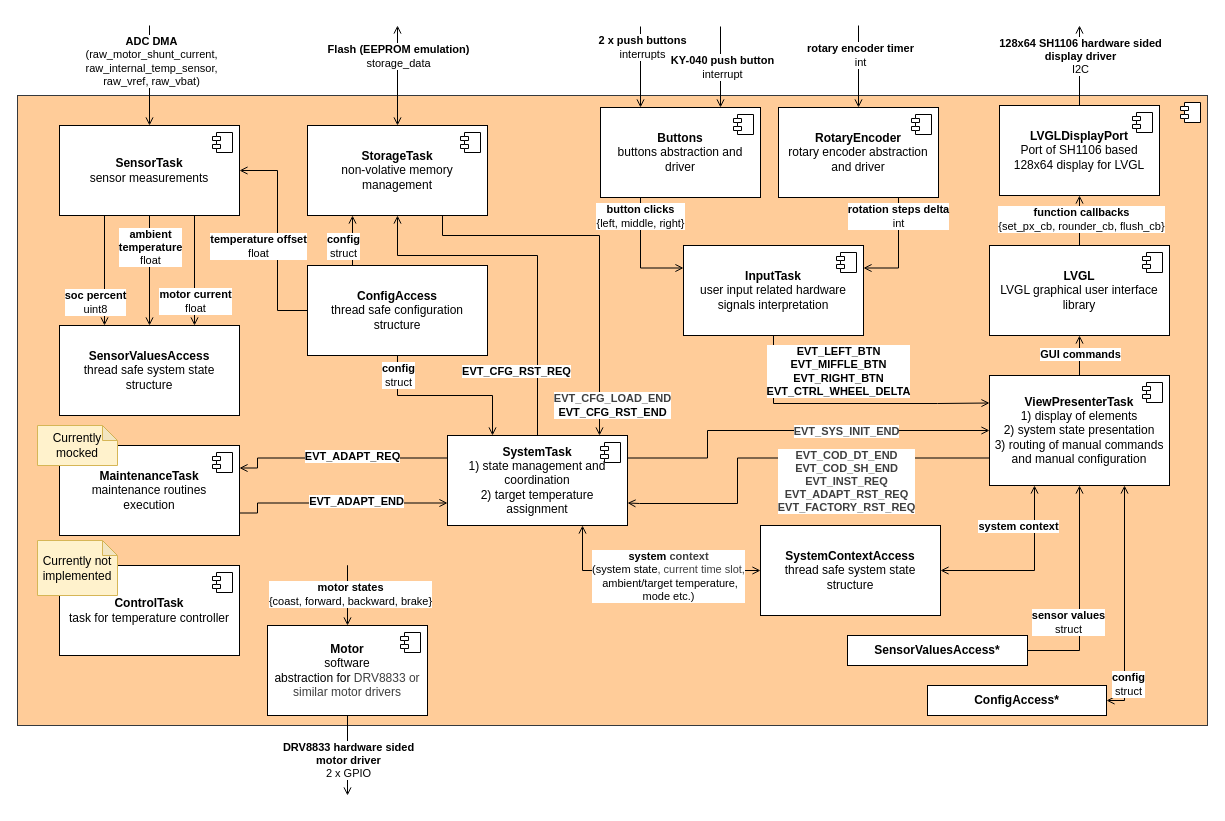
The draw.io diagram software/diagrams/mt-rt-sw-architecture.drawio in MiraTherm/miratherm-radiator-thermostat-documentation, before the edit. Source tidied: cells renumbered, new cells numbered last; positions are measured from the earlier drawing's top-left corner, leaving out a move shared by most shapes. Both pictures are drawn from the tidied source at 100%, with x=0, y=0 at pixel (17, 25).
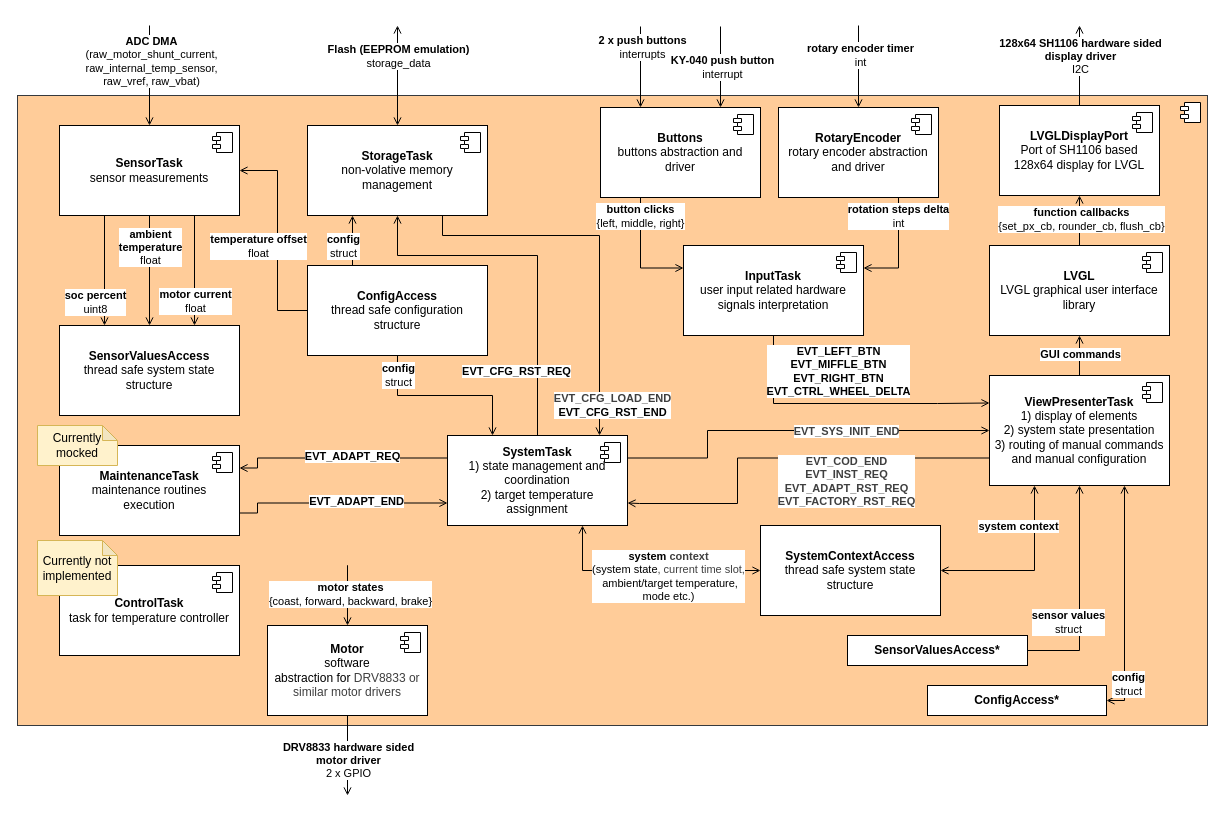
The same diagram, later.

Unchanged cells that the change refers to:
```xml
<mxCell id="81" style="endArrow=open;html=1;rounded=0;endFill=0;edgeStyle=orthogonalEdgeStyle;exitX=0;exitY=0.75;exitDx=0;exitDy=0;entryX=1;entryY=0.75;entryDx=0;entryDy=0;startArrow=none;startFill=0;fontColor=default;" parent="1" edge="1" source="6" target="4">
  <mxGeometry relative="1" as="geometry">
    <Array as="points">
      <mxPoint x="720" y="432" />
      <mxPoint x="720" y="478" />
      <mxPoint x="622" y="478" />
    </Array>
  </mxGeometry>
</mxCell>
```

The edit, as a diff of the source:
```diff
@@
-    <mxCell id="82" value="&lt;span style=&quot;color: rgb(63, 63, 63); scrollbar-color: rgb(226, 226, 226) rgb(251, 251, 251);&quot;&gt;&lt;b style=&quot;color: rgb(63, 63, 63); scrollbar-color: rgb(226, 226, 226) rgb(251, 251, 251);&quot;&gt;EVT_COD_DT_END&lt;br style=&quot;color: rgb(63, 63, 63); scrollbar-color: rgb(226, 226, 226) rgb(251, 251, 251);&quot;&gt;EVT_COD_SH_END&lt;br style=&quot;color: rgb(63, 63, 63); scrollbar-color: rgb(226, 226, 226) rgb(251, 251, 251);&quot;&gt;EVT_INST_REQ&lt;/b&gt;&lt;b style=&quot;color: rgb(63, 63, 63); scrollbar-color: rgb(226, 226, 226) rgb(251, 251, 251);&quot;&gt;&lt;br style=&quot;color: rgb(63, 63, 63); scrollbar-color: rgb(226, 226, 226) rgb(251, 251, 251);&quot;&gt;EVT_ADAPT_RST_REQ&lt;/b&gt;&lt;b style=&quot;color: rgb(63, 63, 63); scrollbar-color: rgb(226, 226, 226) rgb(251, 251, 251);&quot;&gt;&lt;br style=&quot;color: rgb(63, 63, 63); scrollbar-color: rgb(226, 226, 226) rgb(251, 251, 251);&quot;&gt;&lt;/b&gt;&lt;/span&gt;&lt;b style=&quot;color: rgb(63, 63, 63); scrollbar-color: rgb(226, 226, 226) rgb(251, 251, 251);&quot;&gt;EVT_FACTORY_RST_REQ&lt;/b&gt;" style="edgeLabel;html=1;align=center;verticalAlign=middle;fontColor=default;" parent="81" vertex="1">
+    <mxCell id="82" value="&lt;span style=&quot;color: rgb(63, 63, 63); scrollbar-color: rgb(226, 226, 226) rgb(251, 251, 251);&quot;&gt;&lt;b style=&quot;color: rgb(63, 63, 63); scrollbar-color: rgb(226, 226, 226) rgb(251, 251, 251);&quot;&gt;EVT_COD_END&lt;br style=&quot;color: rgb(63, 63, 63); scrollbar-color: rgb(226, 226, 226) rgb(251, 251, 251);&quot;&gt;EVT_INST_REQ&lt;/b&gt;&lt;b style=&quot;color: rgb(63, 63, 63); scrollbar-color: rgb(226, 226, 226) rgb(251, 251, 251);&quot;&gt;&lt;br style=&quot;color: rgb(63, 63, 63); scrollbar-color: rgb(226, 226, 226) rgb(251, 251, 251);&quot;&gt;EVT_ADAPT_RST_REQ&lt;/b&gt;&lt;b style=&quot;color: rgb(63, 63, 63); scrollbar-color: rgb(226, 226, 226) rgb(251, 251, 251);&quot;&gt;&lt;br style=&quot;color: rgb(63, 63, 63); scrollbar-color: rgb(226, 226, 226) rgb(251, 251, 251);&quot;&gt;&lt;/b&gt;&lt;/span&gt;&lt;b style=&quot;color: rgb(63, 63, 63); scrollbar-color: rgb(226, 226, 226) rgb(251, 251, 251);&quot;&gt;EVT_FACTORY_RST_REQ&lt;/b&gt;" style="edgeLabel;html=1;align=center;verticalAlign=middle;fontColor=default;" parent="81" vertex="1">
       <mxGeometry x="-0.82" relative="1" as="geometry">
         <mxPoint x="-107" y="23" as="offset" />
       </mxGeometry>
     </mxCell>
```
